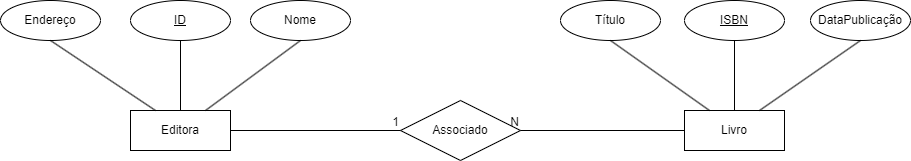
Before: exerc2.drawio.png, a diagram exported from draw.io (VitorFonseca123/ExerciciosACH2004_BD). Source tidied: cells renumbered, new cells last; positions are measured from the earlier drawing's top-left corner, leaving out a move shared by most shapes.
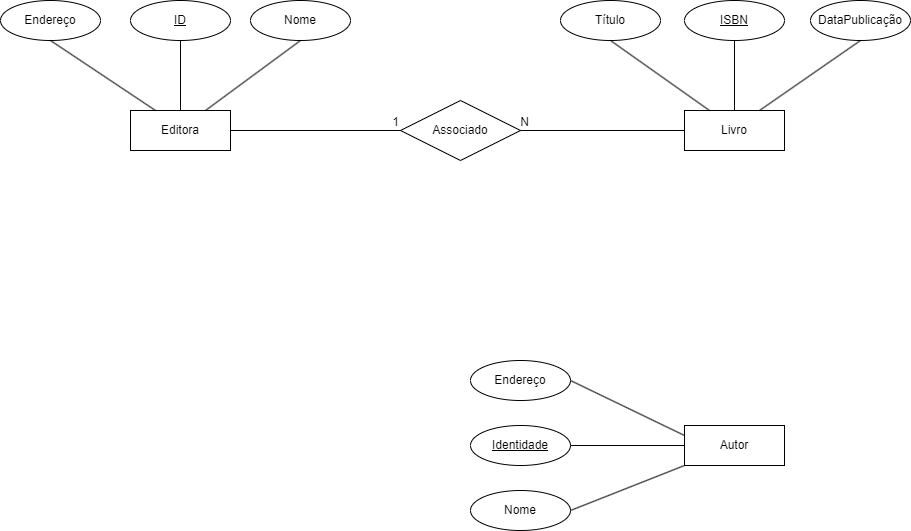
Later version of the same file.

Commit message:
Cria autor

Diff of the diagram source:
```diff
@@ -57,7 +57,30 @@
       <mxGeometry relative="1" as="geometry" />
     </mxCell>
     <mxCell id="20" value="N" style="html=1;whiteSpace=wrap;align=right;verticalAlign=bottom;" parent="19" vertex="1">
-      <mxGeometry x="1" relative="1" as="geometry" />
+      <mxGeometry x="1" relative="1" as="geometry">
+        <mxPoint x="10" as="offset" />
+      </mxGeometry>
     </mxCell>
+    <mxCell id="21" value="Autor" style="whiteSpace=wrap;html=1;align=center;" parent="1" vertex="1">
+      <mxGeometry x="684" y="425" width="100" height="40" as="geometry" />
+    </mxCell>
+    <mxCell id="22" value="Identidade" style="ellipse;whiteSpace=wrap;html=1;align=center;fontStyle=4;" parent="1" vertex="1">
+      <mxGeometry x="470" y="425" width="100" height="40" as="geometry" />
+    </mxCell>
+    <mxCell id="23" value="Nome" style="ellipse;whiteSpace=wrap;html=1;align=center;" parent="1" vertex="1">
+      <mxGeometry x="470" y="490" width="100" height="40" as="geometry" />
+    </mxCell>
+    <mxCell id="24" value="Endereço" style="ellipse;whiteSpace=wrap;html=1;align=center;" parent="1" vertex="1">
+      <mxGeometry x="470" y="360" width="100" height="40" as="geometry" />
+    </mxCell>
+    <mxCell id="25" style="endArrow=none;html=1;rounded=0;entryX=1;entryY=0.5;entryDx=0;entryDy=0;exitX=0;exitY=1;exitDx=0;exitDy=0;" parent="1" edge="1" source="21" target="23">
+      <mxGeometry relative="1" as="geometry" />
+    </mxCell>
+    <mxCell id="26" style="endArrow=none;html=1;rounded=0;entryX=0;entryY=0.5;entryDx=0;entryDy=0;exitX=1;exitY=0.5;exitDx=0;exitDy=0;" parent="1" edge="1" source="22" target="21">
+      <mxGeometry relative="1" as="geometry" />
+    </mxCell>
+    <mxCell id="27" style="endArrow=none;html=1;rounded=0;exitX=1;exitY=0.5;exitDx=0;exitDy=0;entryX=0;entryY=0.25;entryDx=0;entryDy=0;" parent="1" edge="1" source="24" target="21">
+      <mxGeometry relative="1" as="geometry" />
+    </mxCell>
   </root>
 </mxGraphModel>
```
